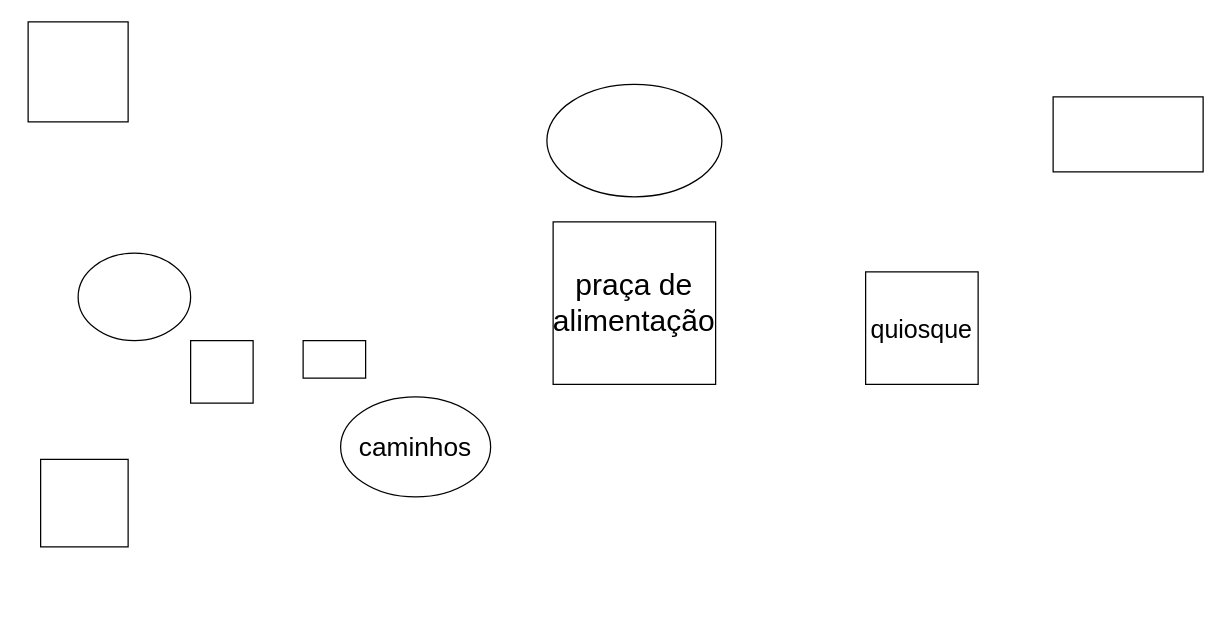
bkupprojetos/rede-projeto keeps this draw.io diagram as Diagrama sem nome.drawio. Above is the earlier version. Source tidied: cells renumbered, new cells numbered last; positions are measured from the earlier drawing's top-left corner, leaving out a move shared by most shapes. Both pictures are drawn from the tidied source at 125%, with x=0, y=0 at pixel (28, 21).
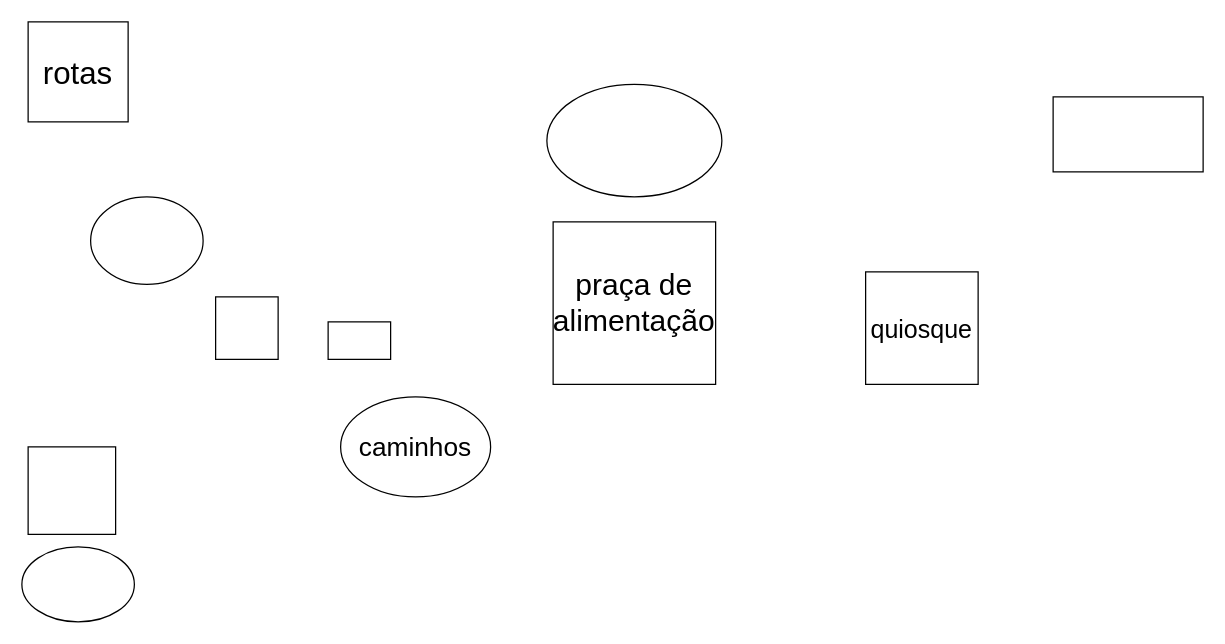
After the change.

The edit, as a diff of the source:
```diff
@@
 <mxGraphModel>
   <root>
     <mxCell id="0" />
     <mxCell id="1" parent="0" />
     <mxCell id="2" value="&lt;font style=&quot;font-size: 24px;&quot;&gt;praça de alimentação&lt;/font&gt;" style="whiteSpace=wrap;html=1;" parent="1" vertex="1">
       <mxGeometry x="420" y="160" width="130" height="130" as="geometry" />
     </mxCell>
     <mxCell id="3" value="&lt;font style=&quot;font-size: 20px;&quot;&gt;quiosque&lt;/font&gt;" style="whiteSpace=wrap;html=1;" parent="1" vertex="1">
       <mxGeometry x="670" y="200" width="90" height="90" as="geometry" />
     </mxCell>
     <mxCell id="4" style="ellipse;whiteSpace=wrap;html=1;" parent="1" vertex="1">
       <mxGeometry x="415" y="50" width="140" height="90" as="geometry" />
     </mxCell>
     <mxCell id="5" value="&lt;font style=&quot;font-size: 21px;&quot;&gt;caminhos&lt;/font&gt;" style="ellipse;whiteSpace=wrap;html=1;" parent="1" vertex="1">
       <mxGeometry x="250" y="300" width="120" height="80" as="geometry" />
     </mxCell>
     <mxCell id="6" style="whiteSpace=wrap;html=1;" parent="1" vertex="1">
-      <mxGeometry x="10" y="350" width="70" height="70" as="geometry" />
+      <mxGeometry y="340" width="70" height="70" as="geometry" />
     </mxCell>
     <mxCell id="7" style="whiteSpace=wrap;html=1;" parent="1" vertex="1">
-      <mxGeometry x="130" y="255" width="50" height="50" as="geometry" />
+      <mxGeometry x="150" y="220" width="50" height="50" as="geometry" />
     </mxCell>
     <mxCell id="8" style="rounded=0;whiteSpace=wrap;html=1;" parent="1" vertex="1">
-      <mxGeometry x="220" y="255" width="50" height="30" as="geometry" />
+      <mxGeometry x="240" y="240" width="50" height="30" as="geometry" />
     </mxCell>
     <mxCell id="9" style="ellipse;whiteSpace=wrap;html=1;" parent="1" vertex="1">
-      <mxGeometry x="40" y="185" width="90" height="70" as="geometry" />
+      <mxGeometry x="50" y="140" width="90" height="70" as="geometry" />
     </mxCell>
-    <mxCell id="10" style="whiteSpace=wrap;html=1;" parent="1" vertex="1">
+    <mxCell id="10" value="&lt;font style=&quot;&quot;&gt;&lt;font style=&quot;font-size: 25px;&quot;&gt;rotas&lt;/font&gt;&lt;br&gt;&lt;/font&gt;" style="whiteSpace=wrap;html=1;" parent="1" vertex="1">
       <mxGeometry width="80" height="80" as="geometry" />
     </mxCell>
     <mxCell id="11" style="rounded=0;whiteSpace=wrap;html=1;" parent="1" vertex="1">
       <mxGeometry x="820" y="60" width="120" height="60" as="geometry" />
     </mxCell>
+    <mxCell id="12" style="ellipse;whiteSpace=wrap;html=1;" parent="1" vertex="1">
+      <mxGeometry x="-5" y="420" width="90" height="60" as="geometry" />
+    </mxCell>
   </root>
 </mxGraphModel>
```
